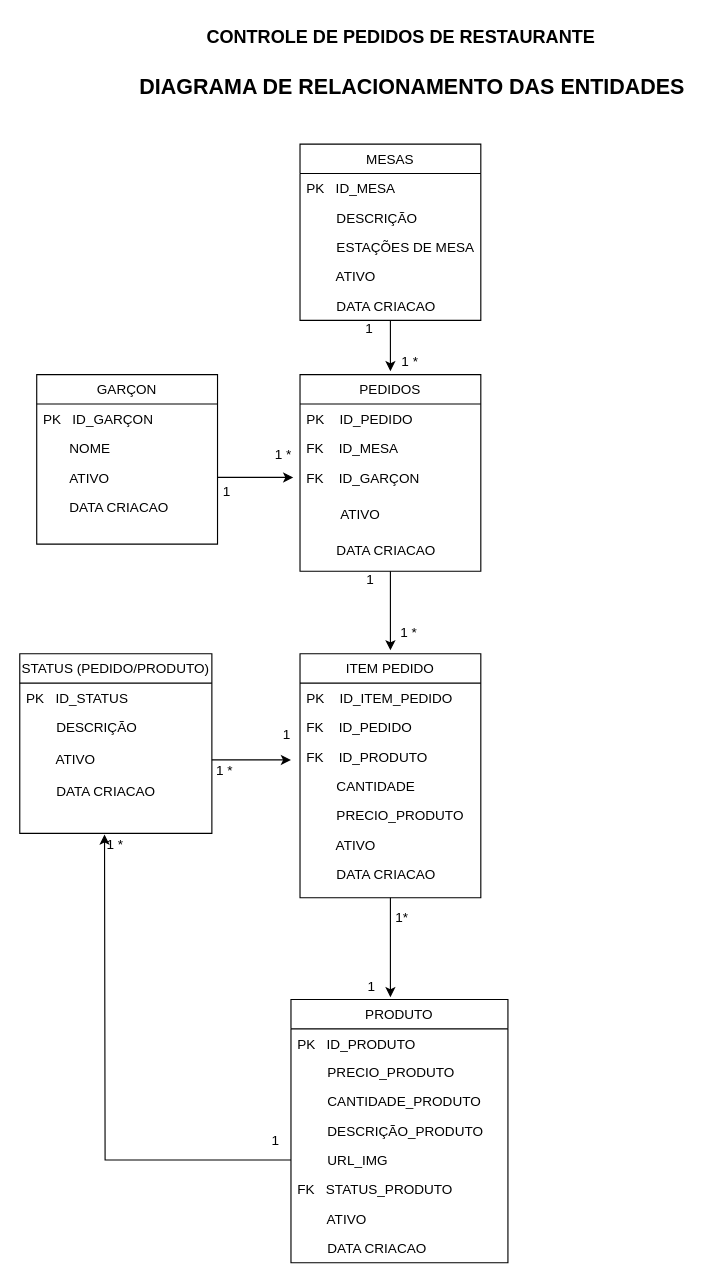
Before: diagramas/rest_relaciones.drawio in pfabreuave/CURSO_DADOS_PBI, a draw.io diagram. Source tidied: cells renumbered, new cells numbered last; positions are measured from the earlier drawing's top-left corner, leaving out a move shared by most shapes. Both pictures are drawn from the tidied source at 113%, with x=0, y=0 at pixel (19, 19).
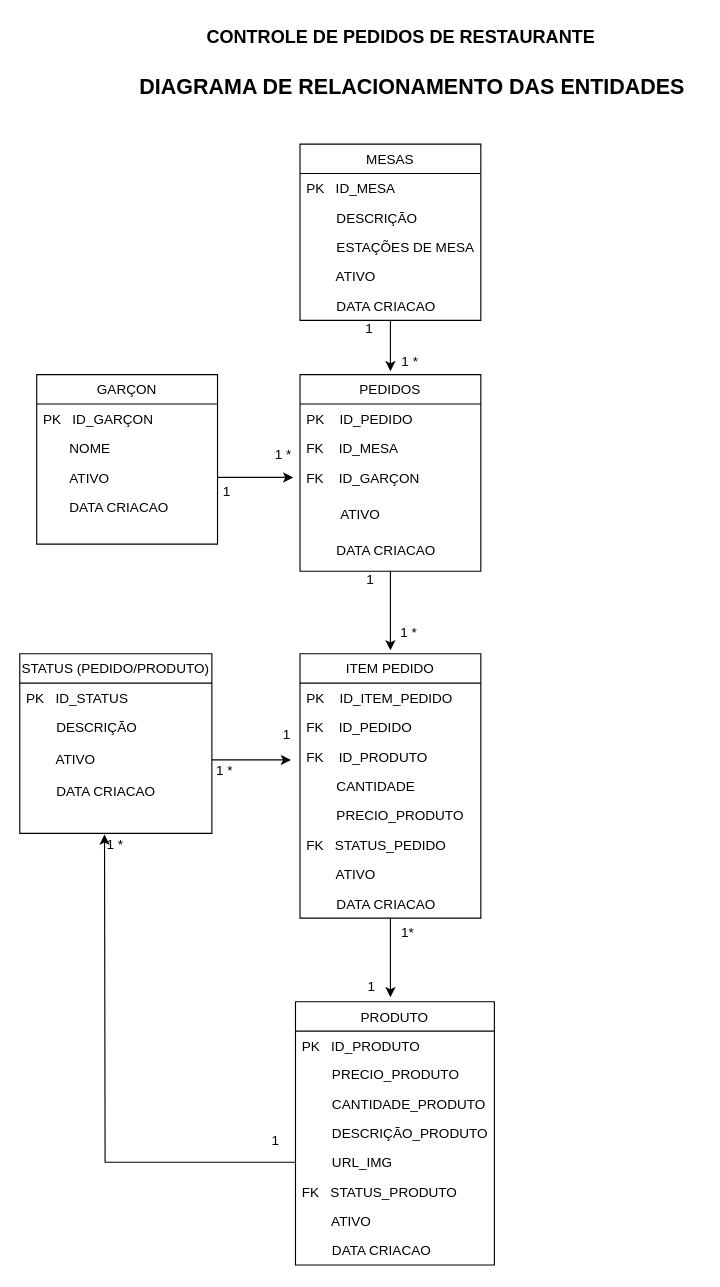
After the change.

The edit, as a diff of the source:
```diff
@@
     <mxCell id="27" value="ITEM PEDIDO" style="swimlane;fontStyle=0;align=center;verticalAlign=top;horizontal=1;startSize=26;rounded=0;shadow=0;strokeWidth=1;" parent="1" vertex="1">
-      <mxGeometry x="248" y="561" width="160" height="216" as="geometry" />
+      <mxGeometry x="248" y="561" width="160" height="234" as="geometry" />
     </mxCell>
@@
-    <mxCell id="33" value="        ATIVO" style="text;align=left;verticalAlign=top;spacingLeft=4;spacingRight=4;overflow=hidden;rounded=0;shadow=0;html=0;" parent="27" vertex="1">
+    <mxCell id="33" value="FK   STATUS_PEDIDO" style="text;align=left;verticalAlign=top;spacingLeft=4;spacingRight=4;overflow=hidden;rounded=0;shadow=0;html=0;" parent="27" vertex="1">
       <mxGeometry y="156" width="160" height="26" as="geometry" />
     </mxCell>
-    <mxCell id="34" value="        DATA CRIACAO" style="text;align=left;verticalAlign=top;spacingLeft=4;spacingRight=4;overflow=hidden;rounded=0;shadow=0;html=0;" parent="27" vertex="1">
+    <mxCell id="34" value="        ATIVO" style="text;align=left;verticalAlign=top;spacingLeft=4;spacingRight=4;overflow=hidden;rounded=0;shadow=0;html=0;" parent="27" vertex="1">
       <mxGeometry y="182" width="160" height="26" as="geometry" />
     </mxCell>
+    <mxCell id="61" value="        DATA CRIACAO" style="text;align=left;verticalAlign=top;spacingLeft=4;spacingRight=4;overflow=hidden;rounded=0;shadow=0;html=0;" parent="27" vertex="1">
+      <mxGeometry y="208" width="160" height="26" as="geometry" />
+    </mxCell>
     <mxCell id="35" value="PRODUTO" style="swimlane;fontStyle=0;align=center;verticalAlign=top;horizontal=1;startSize=26;rounded=0;shadow=0;strokeWidth=1;" parent="1" vertex="1">
-      <mxGeometry x="240" y="867" width="192" height="233" as="geometry" />
+      <mxGeometry x="244" y="869" width="176" height="233" as="geometry" />
     </mxCell>
     <mxCell id="36" value="PK   ID_PRODUTO" style="text;align=left;verticalAlign=top;spacingLeft=4;spacingRight=4;overflow=hidden;rounded=0;" parent="35" vertex="1">
-      <mxGeometry y="26" width="192" height="25" as="geometry" />
+      <mxGeometry y="26" width="176" height="25" as="geometry" />
     </mxCell>
     <mxCell id="37" value="        PRECIO_PRODUTO" style="text;align=left;verticalAlign=top;spacingLeft=4;spacingRight=4;overflow=hidden;rounded=0;shadow=0;html=0;" parent="35" vertex="1">
-      <mxGeometry y="51" width="192" height="26" as="geometry" />
+      <mxGeometry y="51" width="176" height="26" as="geometry" />
     </mxCell>
     <mxCell id="38" value="        CANTIDADE_PRODUTO" style="text;align=left;verticalAlign=top;spacingLeft=4;spacingRight=4;overflow=hidden;rounded=0;shadow=0;html=0;" parent="35" vertex="1">
-      <mxGeometry y="77" width="192" height="26" as="geometry" />
+      <mxGeometry y="77" width="176" height="26" as="geometry" />
     </mxCell>
     <mxCell id="39" value="        DESCRIÇÃO_PRODUTO" style="text;align=left;verticalAlign=top;spacingLeft=4;spacingRight=4;overflow=hidden;rounded=0;shadow=0;html=0;" parent="35" vertex="1">
-      <mxGeometry y="103" width="192" height="26" as="geometry" />
+      <mxGeometry y="103" width="176" height="26" as="geometry" />
     </mxCell>
     <mxCell id="40" value="        URL_IMG" style="text;align=left;verticalAlign=top;spacingLeft=4;spacingRight=4;overflow=hidden;points=[[0,0.5],[1,0.5]];portConstraint=eastwest;rounded=0;shadow=0;html=0;" parent="35" vertex="1">
-      <mxGeometry y="129" width="192" height="26" as="geometry" />
+      <mxGeometry y="129" width="176" height="26" as="geometry" />
     </mxCell>
     <mxCell id="41" value="FK   STATUS_PRODUTO" style="text;align=left;verticalAlign=top;spacingLeft=4;spacingRight=4;overflow=hidden;rounded=0;shadow=0;html=0;" parent="35" vertex="1">
-      <mxGeometry y="155" width="192" height="26" as="geometry" />
+      <mxGeometry y="155" width="176" height="26" as="geometry" />
     </mxCell>
     <mxCell id="42" value="        ATIVO" style="text;align=left;verticalAlign=top;spacingLeft=4;spacingRight=4;overflow=hidden;rounded=0;shadow=0;html=0;" parent="35" vertex="1">
-      <mxGeometry y="181" width="192" height="26" as="geometry" />
+      <mxGeometry y="181" width="176" height="26" as="geometry" />
     </mxCell>
     <mxCell id="43" value="        DATA CRIACAO" style="text;align=left;verticalAlign=top;spacingLeft=4;spacingRight=4;overflow=hidden;rounded=0;shadow=0;html=0;" parent="35" vertex="1">
-      <mxGeometry y="207" width="192" height="26" as="geometry" />
+      <mxGeometry y="207" width="176" height="26" as="geometry" />
     </mxCell>
@@
     <mxCell id="59" value="1*" style="text;html=1;align=center;verticalAlign=middle;strokeColor=none;fillColor=none;" parent="1" vertex="1">
-      <mxGeometry x="323" y="782" width="29" height="26" as="geometry" />
+      <mxGeometry x="328" y="795" width="29" height="26" as="geometry" />
     </mxCell>
```
